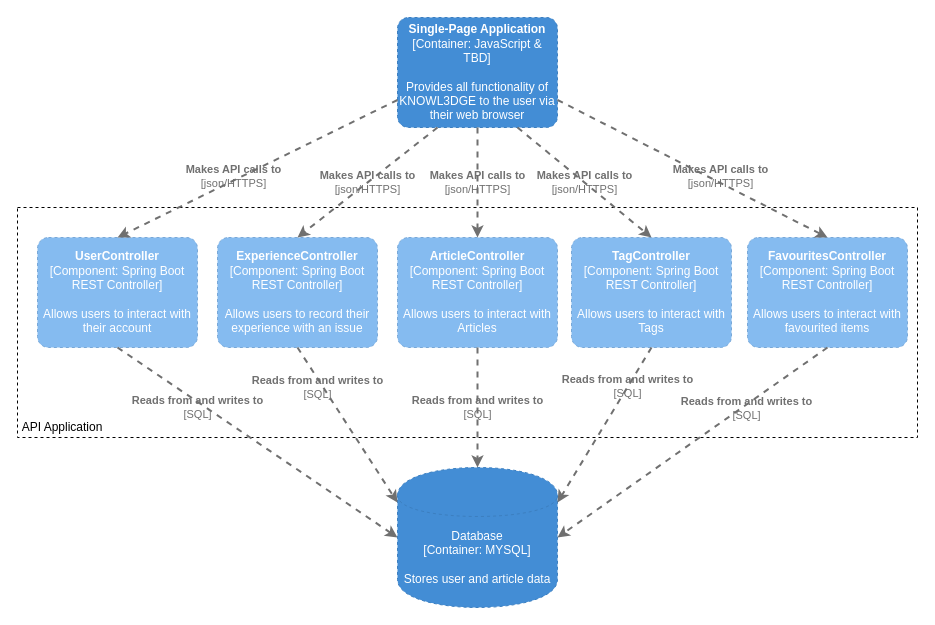
Earlier version of the draw.io diagram documentation/diagrams/knowl3dge-components.drawio (MPFGlaser/knowl3dge). Source tidied: cells renumbered, new cells numbered last; positions are measured from the earlier drawing's top-left corner, leaving out a move shared by most shapes. Both pictures are drawn from the tidied source at 100%, with x=0, y=0 at pixel (17, 17).
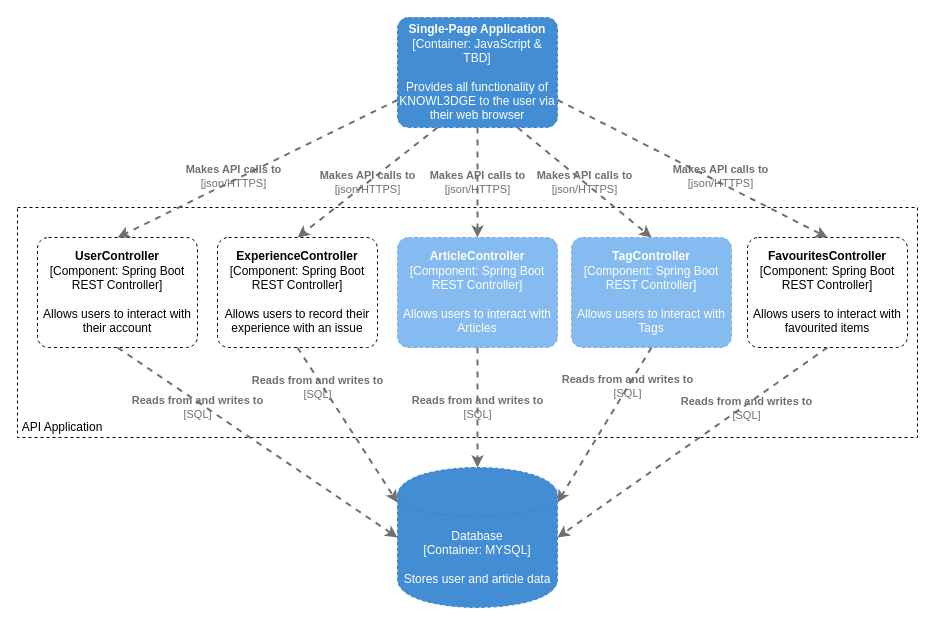
After the change.

Diff of the diagram source:
```diff
@@
     <object id="10" label="&lt;b&gt;%c4Name%&lt;/b&gt;&lt;div&gt;[%c4Type%: %c4Technology%]&lt;/div&gt;&lt;br&gt;&lt;div&gt;%c4Description%&lt;/div&gt;" c4Description="Allows users to interact with their account" c4Name="UserController" c4Technology="Spring Boot REST Controller" c4Type="Component" placeholders="1">
-      <mxCell style="rounded=1;whiteSpace=wrap;html=1;labelBackgroundColor=none;fillColor=#85BBF0;fontColor=#ffffff;align=center;arcSize=10;strokeColor=#78A8D8;metaData={&quot;c4Type&quot;:{&quot;editable&quot;:false}};points=[[0.25,0,0],[0.5,0,0],[0.75,0,0],[1,0.25,0],[1,0.5,0],[1,0.75,0],[0.75,1,0],[0.5,1,0],[0.25,1,0],[0,0.75,0],[0,0.5,0],[0,0.25,0]];dashed=1;" parent="1" vertex="1">
+      <mxCell style="rounded=1;whiteSpace=wrap;html=1;labelBackgroundColor=none;align=center;arcSize=10;metaData={&quot;c4Type&quot;:{&quot;editable&quot;:false}};points=[[0.25,0,0],[0.5,0,0],[0.75,0,0],[1,0.25,0],[1,0.5,0],[1,0.75,0],[0.75,1,0],[0.5,1,0],[0.25,1,0],[0,0.75,0],[0,0.5,0],[0,0.25,0]];dashed=1;" parent="1" vertex="1">
         <mxGeometry x="20" y="220" width="160" height="110" as="geometry" />
       </mxCell>
     </object>
     <object id="11" label="&lt;b&gt;%c4Name%&lt;/b&gt;&lt;div&gt;[%c4Type%: %c4Technology%]&lt;/div&gt;&lt;br&gt;&lt;div&gt;%c4Description%&lt;/div&gt;" c4Description="Allows users to interact with favourited items" c4Name="FavouritesController" c4Technology="Spring Boot REST Controller" c4Type="Component" placeholders="1">
-      <mxCell style="rounded=1;whiteSpace=wrap;html=1;labelBackgroundColor=none;fillColor=#85BBF0;fontColor=#ffffff;align=center;arcSize=10;strokeColor=#78A8D8;metaData={&quot;c4Type&quot;:{&quot;editable&quot;:false}};points=[[0.25,0,0],[0.5,0,0],[0.75,0,0],[1,0.25,0],[1,0.5,0],[1,0.75,0],[0.75,1,0],[0.5,1,0],[0.25,1,0],[0,0.75,0],[0,0.5,0],[0,0.25,0]];dashed=1;" parent="1" vertex="1">
+      <mxCell style="rounded=1;whiteSpace=wrap;html=1;labelBackgroundColor=none;align=center;arcSize=10;metaData={&quot;c4Type&quot;:{&quot;editable&quot;:false}};points=[[0.25,0,0],[0.5,0,0],[0.75,0,0],[1,0.25,0],[1,0.5,0],[1,0.75,0],[0.75,1,0],[0.5,1,0],[0.25,1,0],[0,0.75,0],[0,0.5,0],[0,0.25,0]];dashed=1;" parent="1" vertex="1">
         <mxGeometry x="730" y="220" width="160" height="110" as="geometry" />
       </mxCell>
     </object>
     <object id="12" label="&lt;b&gt;%c4Name%&lt;/b&gt;&lt;div&gt;[%c4Type%: %c4Technology%]&lt;/div&gt;&lt;br&gt;&lt;div&gt;%c4Description%&lt;/div&gt;" c4Description="Allows users to record their experience with an issue" c4Name="ExperienceController" c4Technology="Spring Boot REST Controller" c4Type="Component" placeholders="1">
-      <mxCell style="rounded=1;whiteSpace=wrap;html=1;labelBackgroundColor=none;fillColor=#85BBF0;fontColor=#ffffff;align=center;arcSize=10;strokeColor=#78A8D8;metaData={&quot;c4Type&quot;:{&quot;editable&quot;:false}};points=[[0.25,0,0],[0.5,0,0],[0.75,0,0],[1,0.25,0],[1,0.5,0],[1,0.75,0],[0.75,1,0],[0.5,1,0],[0.25,1,0],[0,0.75,0],[0,0.5,0],[0,0.25,0]];dashed=1;" parent="1" vertex="1">
+      <mxCell style="rounded=1;whiteSpace=wrap;html=1;labelBackgroundColor=none;align=center;arcSize=10;metaData={&quot;c4Type&quot;:{&quot;editable&quot;:false}};points=[[0.25,0,0],[0.5,0,0],[0.75,0,0],[1,0.25,0],[1,0.5,0],[1,0.75,0],[0.75,1,0],[0.5,1,0],[0.25,1,0],[0,0.75,0],[0,0.5,0],[0,0.25,0]];dashed=1;" parent="1" vertex="1">
         <mxGeometry x="200" y="220" width="160" height="110" as="geometry" />
       </mxCell>
     </object>
```
